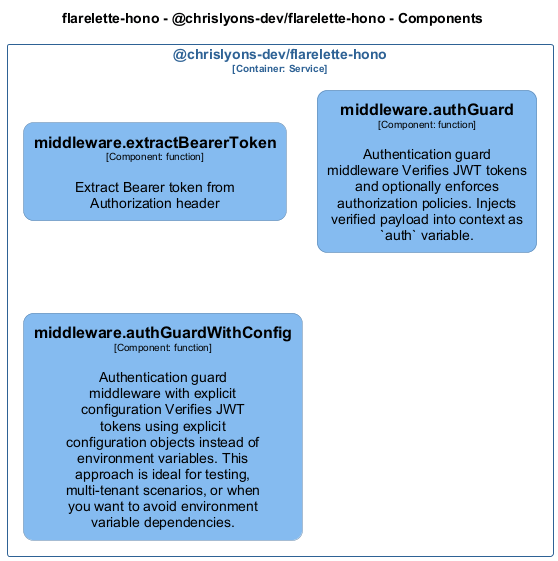
This is docs/architecture/diagrams/structurizr-Classes_chrislyons_dev_flarelette_hono__middleware.png from chrislyons-dev/flarelette-hono, a PlantUML export, as it was before one commit.
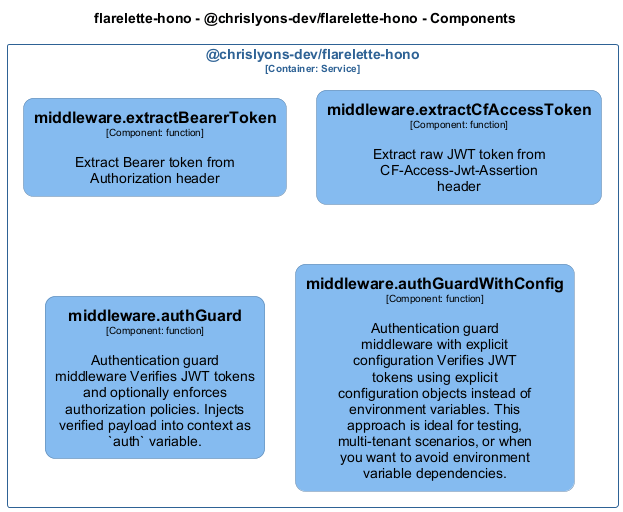
Above is the later version.

Diff of the diagram source:
```diff
@@ -37,6 +37,13 @@
   roundCorner 20
   shadowing false
 }
+skinparam rectangle<<flarelettehono.chrislyonsdevflarelettehono.middlewareextractCfAccessToken>> {
+  BackgroundColor #85bbf0
+  FontColor #000000
+  BorderColor #5d82a8
+  roundCorner 20
+  shadowing false
+}
 skinparam rectangle<<flarelettehono.chrislyonsdevflarelettehono>> {
   BorderColor #2e6295
   FontColor #2e6295
@@ -45,6 +52,7 @@
 
 rectangle "@chrislyons-dev/flarelette-hono\n<size:10>[Container: Service]</size>" <<flarelettehono.chrislyonsdevflarelettehono>> {
   rectangle "==middleware.extractBearerToken\n<size:10>[Component: function]</size>\n\nExtract Bearer token from Authorization header" <<flarelettehono.chrislyonsdevflarelettehono.middlewareextractBearerToken>> as flarelettehono.chrislyonsdevflarelettehono.middlewareextractBearerToken
+  rectangle "==middleware.extractCfAccessToken\n<size:10>[Component: function]</size>\n\nExtract raw JWT token from CF-Access-Jwt-Assertion header" <<flarelettehono.chrislyonsdevflarelettehono.middlewareextractCfAccessToken>> as flarelettehono.chrislyonsdevflarelettehono.middlewareextractCfAccessToken
   rectangle "==middleware.authGuard\n<size:10>[Component: function]</size>\n\nAuthentication guard middleware Verifies JWT tokens and optionally enforces authorization policies. Injects verified payload into context as `auth` variable." <<flarelettehono.chrislyonsdevflarelettehono.middlewareauthGuard>> as flarelettehono.chrislyonsdevflarelettehono.middlewareauthGuard
   rectangle "==middleware.authGuardWithConfig\n<size:10>[Component: function]</size>\n\nAuthentication guard middleware with explicit configuration Verifies JWT tokens using explicit configuration objects instead of environment variables. This approach is ideal for testing, multi-tenant scenarios, or when you want to avoid environment variable dependencies." <<flarelettehono.chrislyonsdevflarelettehono.middlewareauthGuardWithConfig>> as flarelettehono.chrislyonsdevflarelettehono.middlewareauthGuardWithConfig
 }
```
